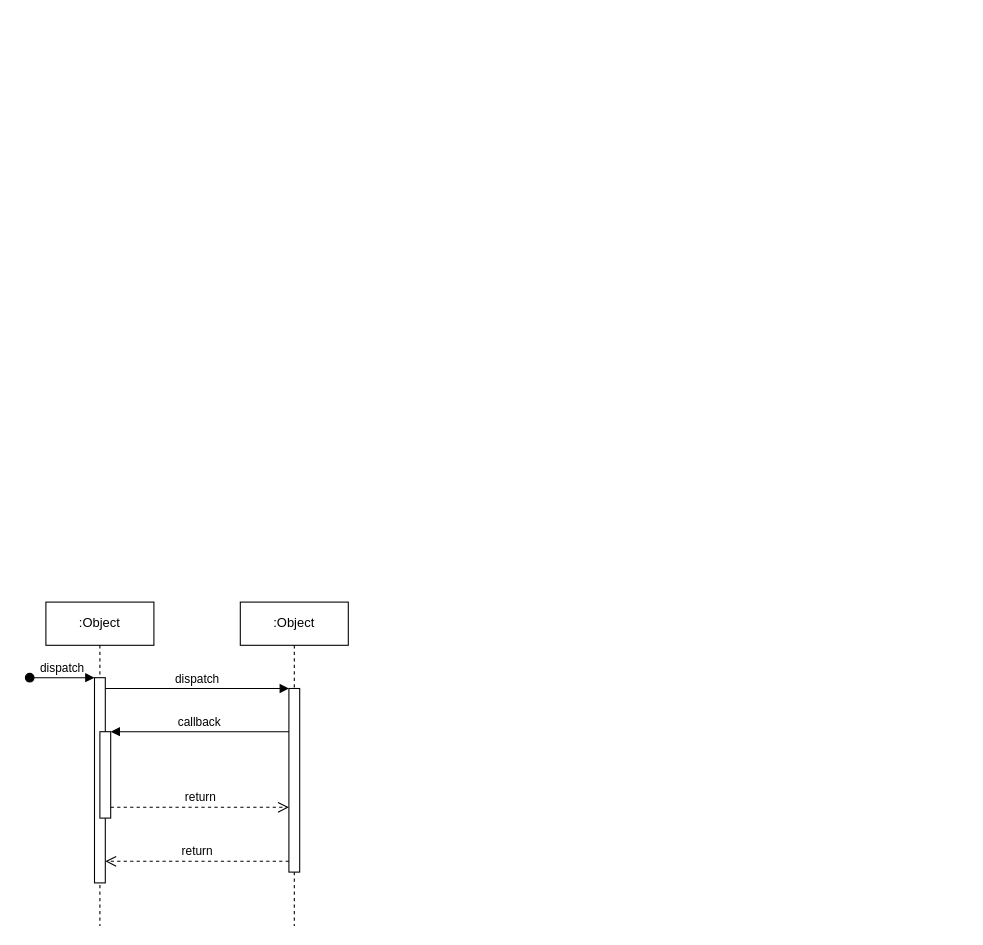
Above: Sequence SADP.drawio in Elysian01/OAES-LLD-SD (draw.io), before the change. Source tidied: cells renumbered, new cells numbered last; positions are measured from the earlier drawing's top-left corner, leaving out a move shared by most shapes. Both pictures are drawn from the tidied source at 108%, with x=0, y=0 at pixel (29, 602).
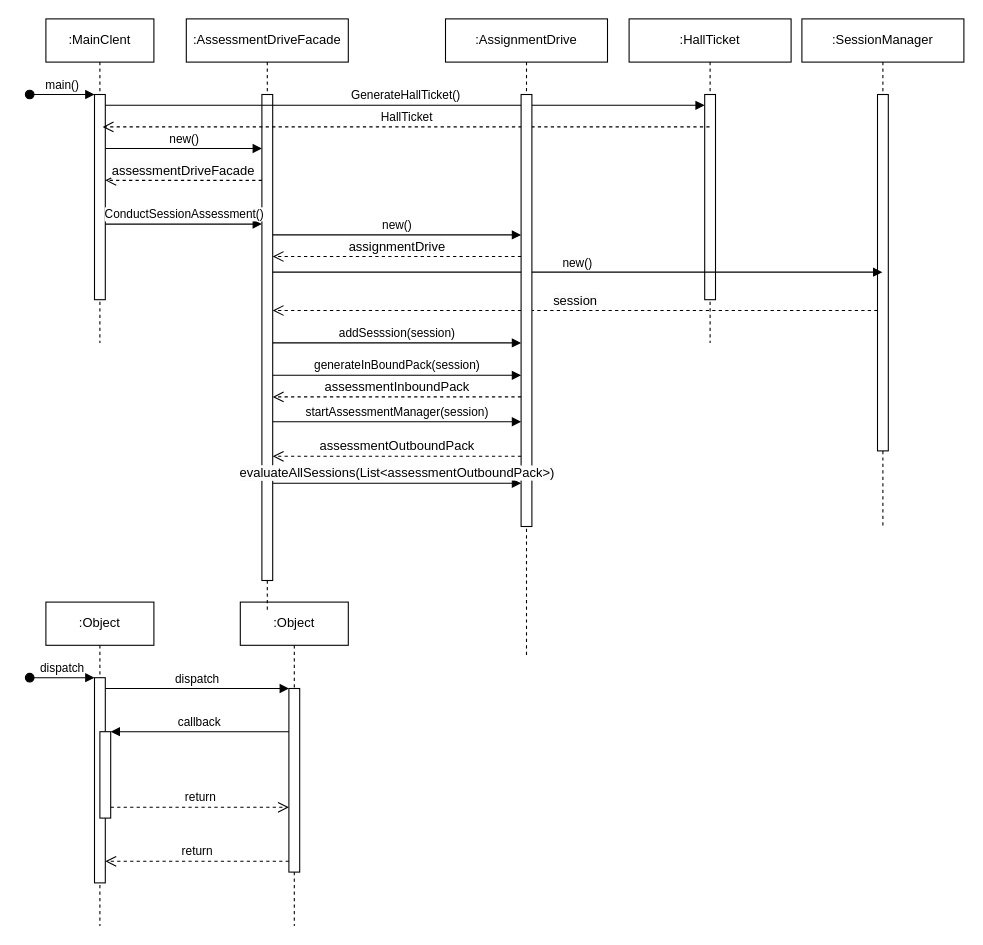
The same page after the edit.

What changed in the source:
```diff
@@
+    <mxCell id="12" value=":MainClent" style="shape=umlLifeline;perimeter=lifelinePerimeter;whiteSpace=wrap;html=1;newEdgeStyle={&quot;edgeStyle&quot;:&quot;elbowEdgeStyle&quot;,&quot;elbow&quot;:&quot;vertical&quot;,&quot;curved&quot;:0,&quot;rounded&quot;:0};" parent="1" vertex="1">
+      <mxGeometry x="15" y="-540" width="100" height="300" as="geometry" />
+    </mxCell>
+    <mxCell id="13" style="html=1;points=[];perimeter=orthogonalPerimeter;outlineConnect=0;targetShapes=umlLifeline;portConstraint=eastwest;newEdgeStyle={&quot;edgeStyle&quot;:&quot;elbowEdgeStyle&quot;,&quot;elbow&quot;:&quot;vertical&quot;,&quot;curved&quot;:0,&quot;rounded&quot;:0};" parent="12" vertex="1">
+      <mxGeometry x="45" y="70" width="10" height="190" as="geometry" />
+    </mxCell>
+    <mxCell id="14" value="main()" style="html=1;verticalAlign=bottom;startArrow=oval;endArrow=block;startSize=8;edgeStyle=elbowEdgeStyle;elbow=vertical;curved=0;rounded=0;" parent="12" edge="1" target="13">
+      <mxGeometry relative="1" as="geometry">
+        <mxPoint x="-15" y="70" as="sourcePoint" />
+      </mxGeometry>
+    </mxCell>
+    <mxCell id="15" value=":AssessmentDriveFacade" style="shape=umlLifeline;perimeter=lifelinePerimeter;whiteSpace=wrap;html=1;newEdgeStyle={&quot;edgeStyle&quot;:&quot;elbowEdgeStyle&quot;,&quot;elbow&quot;:&quot;vertical&quot;,&quot;curved&quot;:0,&quot;rounded&quot;:0};" parent="1" vertex="1">
+      <mxGeometry x="145" y="-540" width="150" height="550" as="geometry" />
+    </mxCell>
+    <mxCell id="16" style="html=1;points=[];perimeter=orthogonalPerimeter;outlineConnect=0;targetShapes=umlLifeline;portConstraint=eastwest;newEdgeStyle={&quot;edgeStyle&quot;:&quot;elbowEdgeStyle&quot;,&quot;elbow&quot;:&quot;vertical&quot;,&quot;curved&quot;:0,&quot;rounded&quot;:0};" parent="15" vertex="1">
+      <mxGeometry x="70" y="70" width="10" height="450" as="geometry" />
+    </mxCell>
+    <mxCell id="17" value="new()" style="html=1;verticalAlign=bottom;endArrow=block;edgeStyle=elbowEdgeStyle;elbow=horizontal;curved=0;rounded=0;" parent="1" edge="1" target="16">
+      <mxGeometry relative="1" as="geometry">
+        <mxPoint x="70" y="-420" as="sourcePoint" />
+        <Array as="points">
+          <mxPoint x="165" y="-420" />
+        </Array>
+      </mxGeometry>
+    </mxCell>
+    <mxCell id="18" value=":HallTicket" style="shape=umlLifeline;perimeter=lifelinePerimeter;whiteSpace=wrap;html=1;outlineConnect=0;portConstraint=eastwest;newEdgeStyle={&quot;edgeStyle&quot;:&quot;elbowEdgeStyle&quot;,&quot;elbow&quot;:&quot;vertical&quot;,&quot;curved&quot;:0,&quot;rounded&quot;:0};" parent="1" vertex="1">
+      <mxGeometry x="555" y="-540" width="150" height="300" as="geometry" />
+    </mxCell>
+    <mxCell id="19" style="html=1;points=[];perimeter=orthogonalPerimeter;outlineConnect=0;targetShapes=umlLifeline;portConstraint=eastwest;newEdgeStyle={&quot;edgeStyle&quot;:&quot;elbowEdgeStyle&quot;,&quot;elbow&quot;:&quot;vertical&quot;,&quot;curved&quot;:0,&quot;rounded&quot;:0};" parent="18" vertex="1">
+      <mxGeometry x="70" y="70" width="10" height="190" as="geometry" />
+    </mxCell>
+    <mxCell id="20" value="GenerateHallTicket()" style="html=1;verticalAlign=bottom;endArrow=block;edgeStyle=elbowEdgeStyle;elbow=horizontal;curved=0;rounded=0;" parent="1" edge="1" source="13" target="19">
+      <mxGeometry relative="1" as="geometry">
+        <Array as="points">
+          <mxPoint x="165.2" y="-460" />
+        </Array>
+      </mxGeometry>
+    </mxCell>
+    <mxCell id="21" value="HallTicket" style="html=1;verticalAlign=bottom;endArrow=open;dashed=1;endSize=8;curved=0;rounded=0;" parent="1" edge="1" source="18">
+      <mxGeometry relative="1" as="geometry">
+        <mxPoint x="67.5" y="-440" as="targetPoint" />
+      </mxGeometry>
+    </mxCell>
+    <mxCell id="22" value="&lt;span style=&quot;font-size: 12px; text-wrap: wrap; background-color: rgb(251, 251, 251);&quot;&gt;assessmentDriveFacade&lt;/span&gt;" style="html=1;verticalAlign=bottom;endArrow=open;dashed=1;endSize=8;curved=0;rounded=0;" parent="1" edge="1" source="16">
+      <mxGeometry relative="1" as="geometry">
+        <mxPoint x="70" y="-390.5" as="targetPoint" />
+      </mxGeometry>
+    </mxCell>
+    <mxCell id="23" value="ConductSessionAssessment()" style="html=1;verticalAlign=bottom;endArrow=block;edgeStyle=elbowEdgeStyle;elbow=horizontal;curved=0;rounded=0;" parent="1" edge="1" source="13" target="16">
+      <mxGeometry relative="1" as="geometry">
+        <Array as="points">
+          <mxPoint x="170" y="-350" />
+        </Array>
+      </mxGeometry>
+    </mxCell>
+    <mxCell id="24" value=":SessionManager" style="shape=umlLifeline;perimeter=lifelinePerimeter;whiteSpace=wrap;html=1;newEdgeStyle={&quot;edgeStyle&quot;:&quot;elbowEdgeStyle&quot;,&quot;elbow&quot;:&quot;vertical&quot;,&quot;curved&quot;:0,&quot;rounded&quot;:0};" parent="1" vertex="1">
+      <mxGeometry x="715" y="-540" width="150" height="470" as="geometry" />
+    </mxCell>
+    <mxCell id="25" style="html=1;perimeter=orthogonalPerimeter;targetShapes=umlLifeline;newEdgeStyle={&quot;edgeStyle&quot;:&quot;elbowEdgeStyle&quot;,&quot;elbow&quot;:&quot;vertical&quot;,&quot;curved&quot;:0,&quot;rounded&quot;:0};" parent="24" vertex="1">
+      <mxGeometry x="70" y="70" width="10" height="330" as="geometry" />
+    </mxCell>
+    <mxCell id="26" value="new()" style="html=1;verticalAlign=bottom;endArrow=block;edgeStyle=elbowEdgeStyle;elbow=horizontal;curved=0;rounded=0;" parent="1" edge="1" source="16">
+      <mxGeometry relative="1" as="geometry">
+        <mxPoint x="789.5" y="-305.5" as="targetPoint" />
+        <Array as="points">
+          <mxPoint x="595" y="-305.5" />
+        </Array>
+      </mxGeometry>
+    </mxCell>
+    <mxCell id="27" value="&lt;span style=&quot;font-size: 12px; text-wrap: wrap; background-color: rgb(251, 251, 251);&quot;&gt;session&lt;/span&gt;" style="html=1;verticalAlign=bottom;endArrow=open;dashed=1;endSize=8;curved=0;rounded=0;" parent="1" edge="1" target="16">
+      <mxGeometry relative="1" as="geometry">
+        <mxPoint x="785" y="-270" as="sourcePoint" />
+      </mxGeometry>
+    </mxCell>
+    <mxCell id="28" value=":AssignmentDrive" style="shape=umlLifeline;perimeter=lifelinePerimeter;whiteSpace=wrap;html=1;newEdgeStyle={&quot;edgeStyle&quot;:&quot;elbowEdgeStyle&quot;,&quot;elbow&quot;:&quot;vertical&quot;,&quot;curved&quot;:0,&quot;rounded&quot;:0};" parent="1" vertex="1">
+      <mxGeometry x="385" y="-540" width="150" height="590" as="geometry" />
+    </mxCell>
+    <mxCell id="29" style="html=1;points=[];perimeter=orthogonalPerimeter;outlineConnect=0;targetShapes=umlLifeline;portConstraint=eastwest;newEdgeStyle={&quot;edgeStyle&quot;:&quot;elbowEdgeStyle&quot;,&quot;elbow&quot;:&quot;vertical&quot;,&quot;curved&quot;:0,&quot;rounded&quot;:0};" parent="28" vertex="1">
+      <mxGeometry x="70" y="70" width="10" height="400" as="geometry" />
+    </mxCell>
+    <mxCell id="30" value="new()" style="html=1;verticalAlign=bottom;endArrow=block;edgeStyle=elbowEdgeStyle;elbow=horizontal;curved=0;rounded=0;" parent="1" edge="1" source="16" target="29">
+      <mxGeometry relative="1" as="geometry">
+        <Array as="points">
+          <mxPoint x="399" y="-340" />
+        </Array>
+      </mxGeometry>
+    </mxCell>
+    <mxCell id="31" value="&lt;span style=&quot;font-size: 12px; text-wrap: wrap; background-color: rgb(251, 251, 251);&quot;&gt;assignmentDrive&lt;/span&gt;" style="html=1;verticalAlign=bottom;endArrow=open;dashed=1;endSize=8;curved=0;rounded=0;" parent="1" edge="1" source="29">
+      <mxGeometry relative="1" as="geometry">
+        <mxPoint x="225" y="-320" as="targetPoint" />
+      </mxGeometry>
+    </mxCell>
+    <mxCell id="32" value="addSesssion(session)" style="html=1;verticalAlign=bottom;endArrow=block;edgeStyle=elbowEdgeStyle;elbow=horizontal;curved=0;rounded=0;" parent="1" edge="1" source="16" target="29">
+      <mxGeometry relative="1" as="geometry">
+        <Array as="points">
+          <mxPoint x="415" y="-240" />
+        </Array>
+      </mxGeometry>
+    </mxCell>
+    <mxCell id="33" value="generateInBoundPack(session)" style="html=1;verticalAlign=bottom;endArrow=block;edgeStyle=elbowEdgeStyle;elbow=horizontal;curved=0;rounded=0;" parent="1" edge="1" source="16" target="29">
+      <mxGeometry relative="1" as="geometry">
+        <Array as="points">
+          <mxPoint x="415" y="-210" />
+        </Array>
+      </mxGeometry>
+    </mxCell>
+    <mxCell id="34" value="&lt;span style=&quot;font-size: 12px; text-wrap: wrap;&quot;&gt;assessmentInboundPack&lt;/span&gt;" style="html=1;verticalAlign=bottom;endArrow=open;dashed=1;endSize=8;curved=0;rounded=0;" parent="1" edge="1">
+      <mxGeometry relative="1" as="geometry">
+        <mxPoint x="455" y="-190" as="sourcePoint" />
+        <mxPoint x="225" y="-190" as="targetPoint" />
+      </mxGeometry>
+    </mxCell>
+    <mxCell id="35" value="startAssessmentManager(session)" style="html=1;verticalAlign=bottom;endArrow=block;edgeStyle=elbowEdgeStyle;elbow=horizontal;curved=0;rounded=0;" parent="1" edge="1" source="16" target="29">
+      <mxGeometry relative="1" as="geometry">
+        <Array as="points">
+          <mxPoint x="417" y="-167" />
+        </Array>
+      </mxGeometry>
+    </mxCell>
+    <mxCell id="36" value="&lt;span style=&quot;font-size: 12px; text-wrap: wrap;&quot;&gt;assessmentOutboundPack&lt;/span&gt;" style="html=1;verticalAlign=bottom;endArrow=open;dashed=1;endSize=8;curved=0;rounded=0;" parent="1" edge="1" target="16">
+      <mxGeometry relative="1" as="geometry">
+        <mxPoint x="455" y="-135" as="sourcePoint" />
+      </mxGeometry>
+    </mxCell>
+    <mxCell id="37" value="&lt;span style=&quot;font-size: 12px; text-align: left; text-wrap: wrap; background-color: rgb(251, 251, 251);&quot;&gt;evaluateAllSessions(List&amp;lt;&lt;/span&gt;&lt;span style=&quot;font-size: 12px; text-wrap: wrap;&quot;&gt;assessmentOutboundPack&lt;/span&gt;&lt;span style=&quot;font-size: 12px; text-align: left; text-wrap: wrap; background-color: rgb(251, 251, 251);&quot;&gt;&amp;gt;)&lt;/span&gt;" style="html=1;verticalAlign=bottom;endArrow=block;edgeStyle=elbowEdgeStyle;elbow=horizontal;curved=0;rounded=0;" parent="1" edge="1" source="16" target="29">
+      <mxGeometry relative="1" as="geometry">
+        <Array as="points">
+          <mxPoint x="417" y="-110" />
+        </Array>
+      </mxGeometry>
+    </mxCell>
```
